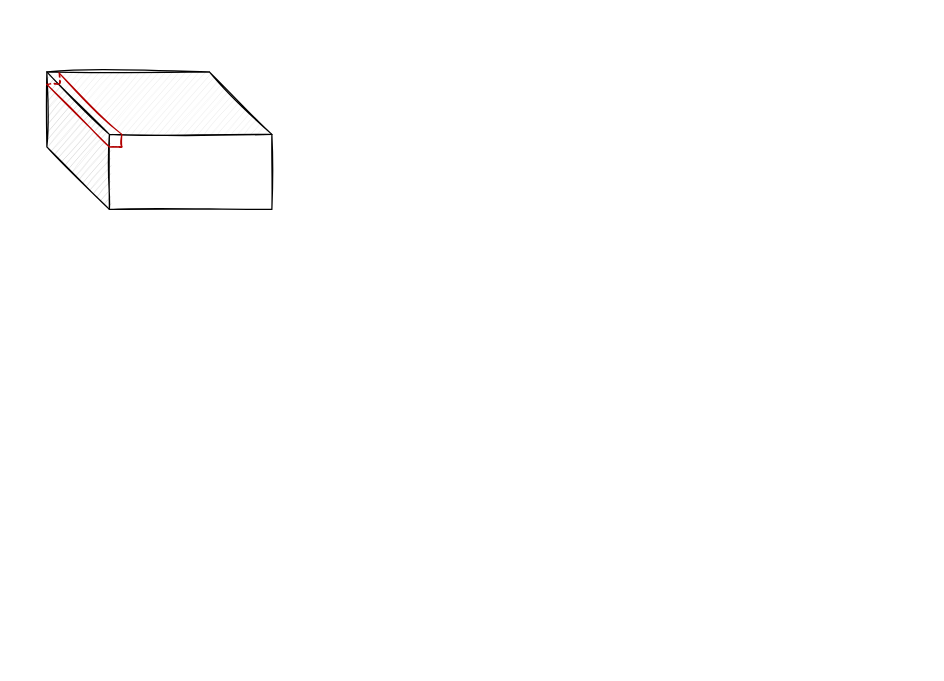
Earlier version of the draw.io diagram 2022.10.18.drawio (5huanghuai/Diagram). Source tidied: cells renumbered, new cells numbered last; positions are measured from the earlier drawing's top-left corner, leaving out a move shared by most shapes. Both pictures are drawn from the tidied source at 125%, with x=0, y=0 at pixel (46, 71).
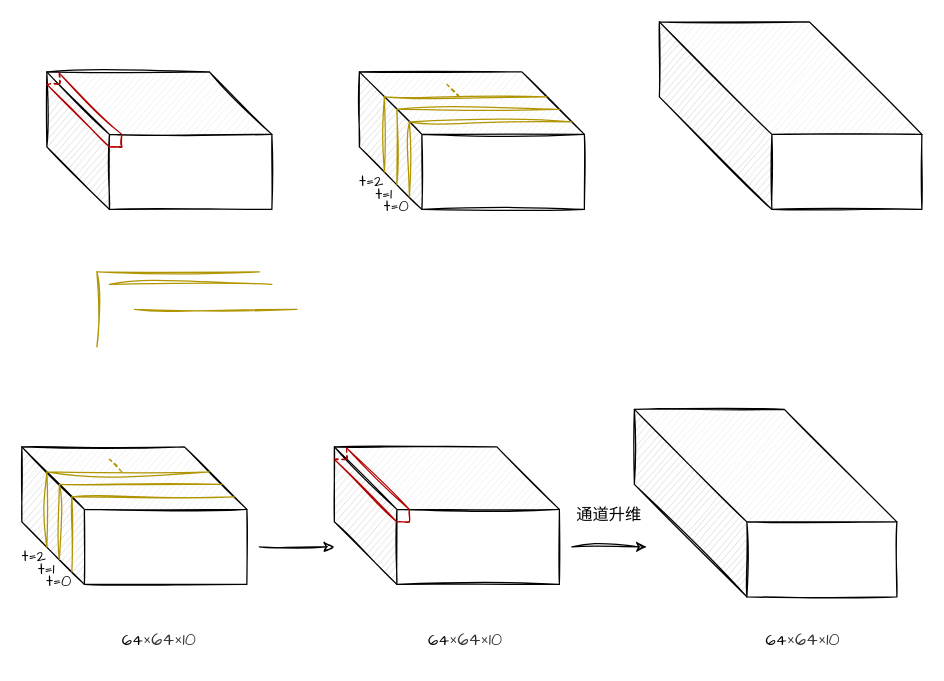
Above is the later version.

Unchanged cells that the change refers to:
```xml
<mxCell id="2" style="shape=cube;whiteSpace=wrap;html=1;boundedLbl=1;backgroundOutline=1;darkOpacity=0.05;darkOpacity2=0.1;size=50;sketch=1;" parent="1" vertex="1">
  <mxGeometry width="180" height="110" as="geometry" />
</mxCell>
```

Change to the diagram source:
```diff
@@
-    <mxCell id="3" style="endArrow=none;html=1;rounded=0;sketch=1;hachureGap=4;jiggle=2;fontFamily=Architects Daughter;fontSize=16;entryX=0.054;entryY=0.007;entryDx=0;entryDy=0;entryPerimeter=0;fillColor=#e51400;strokeColor=#B20000;" parent="1" edge="1" target="2">
+    <mxCell id="3" style="endArrow=none;html=1;rounded=0;hachureGap=4;jiggle=2;fontFamily=Architects Daughter;fontSize=16;entryX=0.054;entryY=0.007;entryDx=0;entryDy=0;entryPerimeter=0;fillColor=#e51400;strokeColor=#B20000;sketch=1;" parent="1" edge="1" target="2">
       <mxGeometry relative="1" as="geometry">
         <mxPoint x="60" y="50" as="sourcePoint" />
       </mxGeometry>
     </mxCell>
-    <mxCell id="4" style="endArrow=none;html=1;rounded=0;sketch=1;hachureGap=4;jiggle=2;fontFamily=Architects Daughter;fontSize=16;entryX=0.083;entryY=0;entryDx=0;entryDy=0;entryPerimeter=0;fillColor=#e51400;strokeColor=#B20000;" parent="1" edge="1">
+    <mxCell id="4" style="endArrow=none;html=1;rounded=0;hachureGap=4;jiggle=2;fontFamily=Architects Daughter;fontSize=16;entryX=0.083;entryY=0;entryDx=0;entryDy=0;entryPerimeter=0;fillColor=#e51400;strokeColor=#B20000;sketch=1;" parent="1" edge="1">
       <mxGeometry relative="1" as="geometry">
         <mxPoint x="50" y="60" as="sourcePoint" />
         <mxPoint y="10" as="targetPoint" />
       </mxGeometry>
     </mxCell>
-    <mxCell id="5" style="endArrow=none;html=1;rounded=0;sketch=1;hachureGap=4;jiggle=2;fontFamily=Architects Daughter;fontSize=16;fillColor=#e51400;strokeColor=#B20000;" parent="1" edge="1">
+    <mxCell id="5" style="endArrow=none;html=1;rounded=0;hachureGap=4;jiggle=2;fontFamily=Architects Daughter;fontSize=16;fillColor=#e51400;strokeColor=#B20000;sketch=1;" parent="1" edge="1">
       <mxGeometry relative="1" as="geometry">
         <mxPoint x="60" y="60" as="sourcePoint" />
         <mxPoint x="59.9" y="50" as="targetPoint" />
       </mxGeometry>
     </mxCell>
-    <mxCell id="6" style="endArrow=none;html=1;rounded=0;sketch=1;hachureGap=4;jiggle=2;fontFamily=Architects Daughter;fontSize=16;fillColor=#e51400;strokeColor=#B20000;" parent="1" edge="1">
+    <mxCell id="6" style="endArrow=none;html=1;rounded=0;hachureGap=4;jiggle=2;fontFamily=Architects Daughter;fontSize=16;fillColor=#e51400;strokeColor=#B20000;sketch=1;" parent="1" edge="1">
       <mxGeometry relative="1" as="geometry">
         <mxPoint x="60" y="60" as="sourcePoint" />
         <mxPoint x="50" y="60" as="targetPoint" />
       </mxGeometry>
     </mxCell>
-    <mxCell id="7" style="endArrow=none;dashed=1;html=1;rounded=0;sketch=1;hachureGap=4;jiggle=2;fontFamily=Architects Daughter;fontSize=16;fillColor=#e51400;strokeColor=#B20000;" parent="1" edge="1">
+    <mxCell id="7" style="endArrow=none;dashed=1;html=1;rounded=0;hachureGap=4;jiggle=2;fontFamily=Architects Daughter;fontSize=16;fillColor=#e51400;strokeColor=#B20000;sketch=1;" parent="1" edge="1">
       <mxGeometry relative="1" as="geometry">
         <mxPoint y="10" as="sourcePoint" />
         <mxPoint x="10" as="targetPoint" />
         <Array as="points">
           <mxPoint x="10" y="10" />
           <mxPoint x="10" />
         </Array>
       </mxGeometry>
     </mxCell>
+    <mxCell id="8" style="endArrow=none;html=1;rounded=0;hachureGap=4;jiggle=2;fontFamily=Architects Daughter;fontSize=16;fillColor=#e3c800;strokeColor=#B09500;sketch=1;" parent="1" edge="1">
+      <mxGeometry relative="1" as="geometry">
+        <mxPoint x="40" y="160" as="sourcePoint" />
+        <mxPoint x="170" y="160" as="targetPoint" />
+      </mxGeometry>
+    </mxCell>
+    <mxCell id="9" style="endArrow=none;html=1;rounded=0;hachureGap=4;jiggle=2;fontFamily=Architects Daughter;fontSize=16;fillColor=#e3c800;strokeColor=#B09500;sketch=1;" parent="1" edge="1">
+      <mxGeometry relative="1" as="geometry">
+        <mxPoint x="40" y="160" as="sourcePoint" />
+        <mxPoint x="40" y="220" as="targetPoint" />
+      </mxGeometry>
+    </mxCell>
+    <mxCell id="10" style="shape=cube;whiteSpace=wrap;html=1;boundedLbl=1;backgroundOutline=1;darkOpacity=0.05;darkOpacity2=0.1;size=50;sketch=1;" parent="1" vertex="1">
+      <mxGeometry x="250" width="180" height="110" as="geometry" />
+    </mxCell>
+    <mxCell id="11" style="endArrow=none;html=1;rounded=0;hachureGap=4;jiggle=2;fontFamily=Architects Daughter;fontSize=16;fillColor=#e3c800;strokeColor=#B09500;sketch=1;" parent="1" edge="1">
+      <mxGeometry relative="1" as="geometry">
+        <mxPoint x="270" y="20" as="sourcePoint" />
+        <mxPoint x="270" y="80" as="targetPoint" />
+      </mxGeometry>
+    </mxCell>
+    <mxCell id="12" style="shape=cube;whiteSpace=wrap;html=1;boundedLbl=1;backgroundOutline=1;darkOpacity=0.05;darkOpacity2=0.1;size=90;sketch=1;" parent="1" vertex="1">
+      <mxGeometry x="490" y="-40" width="210" height="150" as="geometry" />
+    </mxCell>
+    <mxCell id="13" style="endArrow=none;html=1;rounded=0;hachureGap=4;jiggle=2;fontFamily=Architects Daughter;fontSize=16;fillColor=#e3c800;strokeColor=#B09500;sketch=1;" parent="1" edge="1">
+      <mxGeometry relative="1" as="geometry">
+        <mxPoint x="280" y="30" as="sourcePoint" />
+        <mxPoint x="410" y="30" as="targetPoint" />
+      </mxGeometry>
+    </mxCell>
+    <mxCell id="14" style="endArrow=none;html=1;rounded=0;hachureGap=4;jiggle=2;fontFamily=Architects Daughter;fontSize=16;fillColor=#e3c800;strokeColor=#B09500;sketch=1;" parent="1" edge="1">
+      <mxGeometry relative="1" as="geometry">
+        <mxPoint x="280" y="30" as="sourcePoint" />
+        <mxPoint x="280" y="90" as="targetPoint" />
+      </mxGeometry>
+    </mxCell>
+    <mxCell id="15" style="endArrow=none;html=1;rounded=0;hachureGap=4;jiggle=2;fontFamily=Architects Daughter;fontSize=16;fillColor=#e3c800;strokeColor=#B09500;sketch=1;" parent="1" edge="1">
+      <mxGeometry relative="1" as="geometry">
+        <mxPoint x="290" y="40" as="sourcePoint" />
+        <mxPoint x="420" y="40" as="targetPoint" />
+      </mxGeometry>
+    </mxCell>
+    <mxCell id="16" style="endArrow=none;html=1;rounded=0;hachureGap=4;jiggle=2;fontFamily=Architects Daughter;fontSize=16;fillColor=#e3c800;strokeColor=#B09500;sketch=1;" parent="1" edge="1">
+      <mxGeometry relative="1" as="geometry">
+        <mxPoint x="290" y="40" as="sourcePoint" />
+        <mxPoint x="290" y="100" as="targetPoint" />
+      </mxGeometry>
+    </mxCell>
+    <mxCell id="17" style="endArrow=none;dashed=1;html=1;rounded=0;fillColor=#e3c800;strokeColor=#B09500;sketch=1;" parent="1" edge="1">
+      <mxGeometry relative="1" as="geometry">
+        <mxPoint x="330" y="20" as="sourcePoint" />
+        <mxPoint x="320" y="10" as="targetPoint" />
+      </mxGeometry>
+    </mxCell>
+    <mxCell id="18" style="endArrow=none;html=1;rounded=0;hachureGap=4;jiggle=2;fontFamily=Architects Daughter;fontSize=16;fillColor=#e3c800;strokeColor=#B09500;sketch=1;" parent="1" edge="1">
+      <mxGeometry relative="1" as="geometry">
+        <mxPoint x="50" y="170" as="sourcePoint" />
+        <mxPoint x="180" y="170" as="targetPoint" />
+      </mxGeometry>
+    </mxCell>
+    <mxCell id="19" style="endArrow=none;html=1;rounded=0;hachureGap=4;jiggle=2;fontFamily=Architects Daughter;fontSize=16;fillColor=#e3c800;strokeColor=#B09500;sketch=1;" parent="1" edge="1">
+      <mxGeometry relative="1" as="geometry">
+        <mxPoint x="270" y="20" as="sourcePoint" />
+        <mxPoint x="400" y="20" as="targetPoint" />
+      </mxGeometry>
+    </mxCell>
+    <mxCell id="20" value="&lt;font style=&quot;font-size: 13px;&quot;&gt;t=0&lt;/font&gt;" style="text;html=1;strokeColor=none;fillColor=none;align=center;verticalAlign=middle;whiteSpace=wrap;rounded=0;sketch=1;hachureGap=4;jiggle=2;fontFamily=Architects Daughter;fontSize=20;" parent="1" vertex="1">
+      <mxGeometry x="270" y="100" width="20" height="10" as="geometry" />
+    </mxCell>
+    <mxCell id="21" style="endArrow=none;html=1;rounded=0;hachureGap=4;jiggle=2;fontFamily=Architects Daughter;fontSize=16;fillColor=#e3c800;strokeColor=#B09500;sketch=1;" parent="1" edge="1">
+      <mxGeometry relative="1" as="geometry">
+        <mxPoint x="70" y="190" as="sourcePoint" />
+        <mxPoint x="200" y="190" as="targetPoint" />
+      </mxGeometry>
+    </mxCell>
+    <mxCell id="22" value="&lt;font style=&quot;font-size: 13px;&quot;&gt;t=1&lt;/font&gt;" style="text;html=1;strokeColor=none;fillColor=none;align=center;verticalAlign=middle;whiteSpace=wrap;rounded=0;sketch=1;hachureGap=4;jiggle=2;fontFamily=Architects Daughter;fontSize=20;" parent="1" vertex="1">
+      <mxGeometry x="260" y="90" width="20" height="10" as="geometry" />
+    </mxCell>
+    <mxCell id="23" value="&lt;font style=&quot;font-size: 13px;&quot;&gt;t=2&lt;/font&gt;" style="text;html=1;strokeColor=none;fillColor=none;align=center;verticalAlign=middle;whiteSpace=wrap;rounded=0;sketch=1;hachureGap=4;jiggle=2;fontFamily=Architects Daughter;fontSize=20;" parent="1" vertex="1">
+      <mxGeometry x="250" y="80" width="20" height="10" as="geometry" />
+    </mxCell>
+    <mxCell id="24" style="shape=cube;whiteSpace=wrap;html=1;boundedLbl=1;backgroundOutline=1;darkOpacity=0.05;darkOpacity2=0.1;size=50;sketch=1;" parent="1" vertex="1">
+      <mxGeometry x="-20" y="300" width="180" height="110" as="geometry" />
+    </mxCell>
+    <mxCell id="25" style="endArrow=none;html=1;rounded=0;hachureGap=4;jiggle=2;fontFamily=Architects Daughter;fontSize=16;fillColor=#e3c800;strokeColor=#B09500;sketch=1;" parent="1" edge="1">
+      <mxGeometry relative="1" as="geometry">
+        <mxPoint y="320" as="sourcePoint" />
+        <mxPoint y="380" as="targetPoint" />
+      </mxGeometry>
+    </mxCell>
+    <mxCell id="26" style="endArrow=none;html=1;rounded=0;hachureGap=4;jiggle=2;fontFamily=Architects Daughter;fontSize=16;fillColor=#e3c800;strokeColor=#B09500;sketch=1;" parent="1" edge="1">
+      <mxGeometry relative="1" as="geometry">
+        <mxPoint x="10" y="330" as="sourcePoint" />
+        <mxPoint x="140" y="330" as="targetPoint" />
+      </mxGeometry>
+    </mxCell>
+    <mxCell id="27" style="endArrow=none;html=1;rounded=0;hachureGap=4;jiggle=2;fontFamily=Architects Daughter;fontSize=16;fillColor=#e3c800;strokeColor=#B09500;sketch=1;" parent="1" edge="1">
+      <mxGeometry relative="1" as="geometry">
+        <mxPoint x="10" y="330" as="sourcePoint" />
+        <mxPoint x="10" y="390" as="targetPoint" />
+      </mxGeometry>
+    </mxCell>
+    <mxCell id="28" style="endArrow=none;html=1;rounded=0;hachureGap=4;jiggle=2;fontFamily=Architects Daughter;fontSize=16;fillColor=#e3c800;strokeColor=#B09500;sketch=1;" parent="1" edge="1">
+      <mxGeometry relative="1" as="geometry">
+        <mxPoint x="20" y="340" as="sourcePoint" />
+        <mxPoint x="150" y="340" as="targetPoint" />
+      </mxGeometry>
+    </mxCell>
+    <mxCell id="29" style="endArrow=none;html=1;rounded=0;hachureGap=4;jiggle=2;fontFamily=Architects Daughter;fontSize=16;fillColor=#e3c800;strokeColor=#B09500;sketch=1;" parent="1" edge="1">
+      <mxGeometry relative="1" as="geometry">
+        <mxPoint x="20" y="340" as="sourcePoint" />
+        <mxPoint x="20" y="400" as="targetPoint" />
+      </mxGeometry>
+    </mxCell>
+    <mxCell id="30" style="endArrow=none;dashed=1;html=1;rounded=0;fillColor=#e3c800;strokeColor=#B09500;sketch=1;" parent="1" edge="1">
+      <mxGeometry relative="1" as="geometry">
+        <mxPoint x="60" y="320" as="sourcePoint" />
+        <mxPoint x="50" y="310" as="targetPoint" />
+      </mxGeometry>
+    </mxCell>
+    <mxCell id="31" style="endArrow=none;html=1;rounded=0;hachureGap=4;jiggle=2;fontFamily=Architects Daughter;fontSize=16;fillColor=#e3c800;strokeColor=#B09500;sketch=1;" parent="1" edge="1">
+      <mxGeometry relative="1" as="geometry">
+        <mxPoint y="320" as="sourcePoint" />
+        <mxPoint x="130" y="320" as="targetPoint" />
+      </mxGeometry>
+    </mxCell>
+    <mxCell id="32" value="&lt;font style=&quot;font-size: 13px;&quot;&gt;t=0&lt;/font&gt;" style="text;html=1;strokeColor=none;fillColor=none;align=center;verticalAlign=middle;whiteSpace=wrap;rounded=0;sketch=1;hachureGap=4;jiggle=2;fontFamily=Architects Daughter;fontSize=20;" parent="1" vertex="1">
+      <mxGeometry y="400" width="20" height="10" as="geometry" />
+    </mxCell>
+    <mxCell id="33" value="&lt;font style=&quot;font-size: 13px;&quot;&gt;t=1&lt;/font&gt;" style="text;html=1;strokeColor=none;fillColor=none;align=center;verticalAlign=middle;whiteSpace=wrap;rounded=0;sketch=1;hachureGap=4;jiggle=2;fontFamily=Architects Daughter;fontSize=20;" parent="1" vertex="1">
+      <mxGeometry x="-10" y="390" width="20" height="10" as="geometry" />
+    </mxCell>
+    <mxCell id="34" value="&lt;font style=&quot;font-size: 13px;&quot;&gt;t=2&lt;/font&gt;" style="text;html=1;strokeColor=none;fillColor=none;align=center;verticalAlign=middle;whiteSpace=wrap;rounded=0;sketch=1;hachureGap=4;jiggle=2;fontFamily=Architects Daughter;fontSize=20;" parent="1" vertex="1">
+      <mxGeometry x="-20" y="380" width="20" height="10" as="geometry" />
+    </mxCell>
+    <mxCell id="35" style="shape=cube;whiteSpace=wrap;html=1;boundedLbl=1;backgroundOutline=1;darkOpacity=0.05;darkOpacity2=0.1;size=50;sketch=1;" parent="1" vertex="1">
+      <mxGeometry x="230" y="300" width="180" height="110" as="geometry" />
+    </mxCell>
+    <mxCell id="36" style="endArrow=none;html=1;rounded=0;hachureGap=4;jiggle=2;fontFamily=Architects Daughter;fontSize=16;entryX=0.054;entryY=0.007;entryDx=0;entryDy=0;entryPerimeter=0;fillColor=#e51400;strokeColor=#B20000;sketch=1;" parent="1" edge="1" target="35">
+      <mxGeometry relative="1" as="geometry">
+        <mxPoint x="290" y="350" as="sourcePoint" />
+      </mxGeometry>
+    </mxCell>
+    <mxCell id="37" style="endArrow=none;html=1;rounded=0;hachureGap=4;jiggle=2;fontFamily=Architects Daughter;fontSize=16;entryX=0.083;entryY=0;entryDx=0;entryDy=0;entryPerimeter=0;fillColor=#e51400;strokeColor=#B20000;sketch=1;" parent="1" edge="1">
+      <mxGeometry relative="1" as="geometry">
+        <mxPoint x="280" y="360" as="sourcePoint" />
+        <mxPoint x="230" y="310" as="targetPoint" />
+      </mxGeometry>
+    </mxCell>
+    <mxCell id="38" style="endArrow=none;html=1;rounded=0;hachureGap=4;jiggle=2;fontFamily=Architects Daughter;fontSize=16;fillColor=#e51400;strokeColor=#B20000;sketch=1;" parent="1" edge="1">
+      <mxGeometry relative="1" as="geometry">
+        <mxPoint x="290" y="360" as="sourcePoint" />
+        <mxPoint x="289.9" y="350" as="targetPoint" />
+      </mxGeometry>
+    </mxCell>
+    <mxCell id="39" style="endArrow=none;html=1;rounded=0;hachureGap=4;jiggle=2;fontFamily=Architects Daughter;fontSize=16;fillColor=#e51400;strokeColor=#B20000;sketch=1;" parent="1" edge="1">
+      <mxGeometry relative="1" as="geometry">
+        <mxPoint x="290" y="360" as="sourcePoint" />
+        <mxPoint x="280" y="360" as="targetPoint" />
+      </mxGeometry>
+    </mxCell>
+    <mxCell id="40" style="endArrow=none;dashed=1;html=1;rounded=0;hachureGap=4;jiggle=2;fontFamily=Architects Daughter;fontSize=16;fillColor=#e51400;strokeColor=#B20000;sketch=1;" parent="1" edge="1">
+      <mxGeometry relative="1" as="geometry">
+        <mxPoint x="230" y="310" as="sourcePoint" />
+        <mxPoint x="240" y="300" as="targetPoint" />
+        <Array as="points">
+          <mxPoint x="240" y="310" />
+          <mxPoint x="240" y="300" />
+        </Array>
+      </mxGeometry>
+    </mxCell>
+    <mxCell id="41" style="endArrow=classic;html=1;rounded=0;sketch=1;hachureGap=4;jiggle=2;fontFamily=Architects Daughter;fontSize=13;" parent="1" edge="1">
+      <mxGeometry relative="1" as="geometry">
+        <mxPoint x="170" y="380" as="sourcePoint" />
+        <mxPoint x="230" y="380" as="targetPoint" />
+      </mxGeometry>
+    </mxCell>
+    <mxCell id="42" value="64&lt;span style=&quot;color: rgb(51, 51, 51); font-size: 14px; text-align: start; text-indent: 28px; background-color: rgb(255, 255, 255);&quot;&gt;×64&lt;/span&gt;&lt;span style=&quot;color: rgb(51, 51, 51); font-size: 14px; text-align: start; text-indent: 28px; background-color: rgb(255, 255, 255);&quot;&gt;×10&lt;/span&gt;" style="text;html=1;strokeColor=none;fillColor=none;align=center;verticalAlign=middle;whiteSpace=wrap;rounded=0;sketch=1;hachureGap=4;jiggle=2;fontFamily=Architects Daughter;fontSize=13;" parent="1" vertex="1">
+      <mxGeometry x="55" y="440" width="70" height="30" as="geometry" />
+    </mxCell>
+    <mxCell id="43" style="endArrow=classic;html=1;rounded=0;sketch=1;hachureGap=4;jiggle=2;fontFamily=Architects Daughter;fontSize=13;" parent="1" edge="1">
+      <mxGeometry relative="1" as="geometry">
+        <mxPoint x="420" y="380" as="sourcePoint" />
+        <mxPoint x="480" y="380" as="targetPoint" />
+      </mxGeometry>
+    </mxCell>
+    <mxCell id="44" style="shape=cube;whiteSpace=wrap;html=1;boundedLbl=1;backgroundOutline=1;darkOpacity=0.05;darkOpacity2=0.1;size=90;sketch=1;" parent="1" vertex="1">
+      <mxGeometry x="470" y="270" width="210" height="150" as="geometry" />
+    </mxCell>
+    <mxCell id="45" value="64&lt;span style=&quot;color: rgb(51, 51, 51); font-size: 14px; text-align: start; text-indent: 28px; background-color: rgb(255, 255, 255);&quot;&gt;×64&lt;/span&gt;&lt;span style=&quot;color: rgb(51, 51, 51); font-size: 14px; text-align: start; text-indent: 28px; background-color: rgb(255, 255, 255);&quot;&gt;×10&lt;/span&gt;" style="text;html=1;strokeColor=none;fillColor=none;align=center;verticalAlign=middle;whiteSpace=wrap;rounded=0;sketch=1;hachureGap=4;jiggle=2;fontFamily=Architects Daughter;fontSize=13;" parent="1" vertex="1">
+      <mxGeometry x="300" y="440" width="70" height="30" as="geometry" />
+    </mxCell>
+    <mxCell id="46" value="64&lt;span style=&quot;color: rgb(51, 51, 51); font-size: 14px; text-align: start; text-indent: 28px; background-color: rgb(255, 255, 255);&quot;&gt;×64&lt;/span&gt;&lt;span style=&quot;color: rgb(51, 51, 51); font-size: 14px; text-align: start; text-indent: 28px; background-color: rgb(255, 255, 255);&quot;&gt;×10&lt;/span&gt;" style="text;html=1;strokeColor=none;fillColor=none;align=center;verticalAlign=middle;whiteSpace=wrap;rounded=0;sketch=1;hachureGap=4;jiggle=2;fontFamily=Architects Daughter;fontSize=13;" parent="1" vertex="1">
+      <mxGeometry x="570" y="440" width="70" height="30" as="geometry" />
+    </mxCell>
+    <mxCell id="47" value="通道升维" style="text;html=1;strokeColor=none;fillColor=none;align=center;verticalAlign=middle;whiteSpace=wrap;rounded=0;sketch=1;hachureGap=4;jiggle=2;fontFamily=Architects Daughter;fontSize=13;" parent="1" vertex="1">
+      <mxGeometry x="420" y="340" width="60" height="30" as="geometry" />
+    </mxCell>
```
